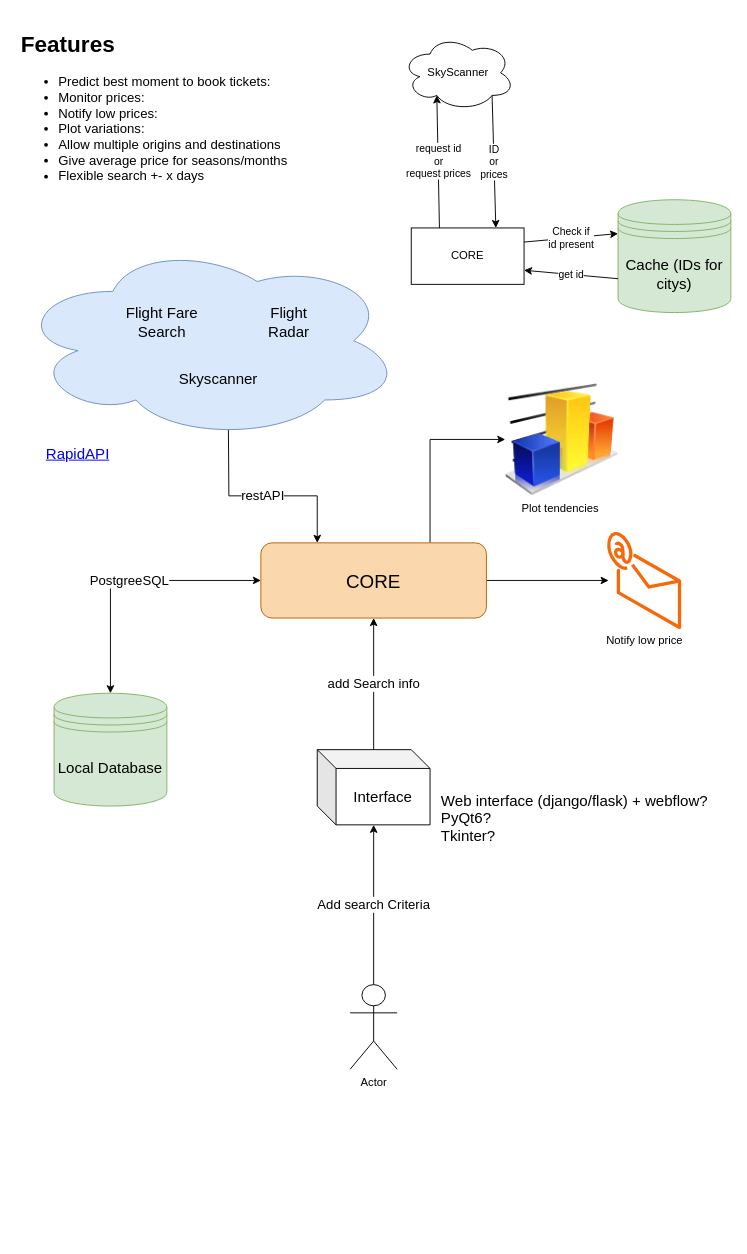
mSimon12/flying_cheap keeps this draw.io diagram as Architecture/Core.drawio. Above is the earlier version. Source tidied: cells renumbered, new cells numbered last; positions are measured from the earlier drawing's top-left corner, leaving out a move shared by most shapes. Both pictures are drawn from the tidied source at 94%, with x=0, y=0 at pixel (16, 25).
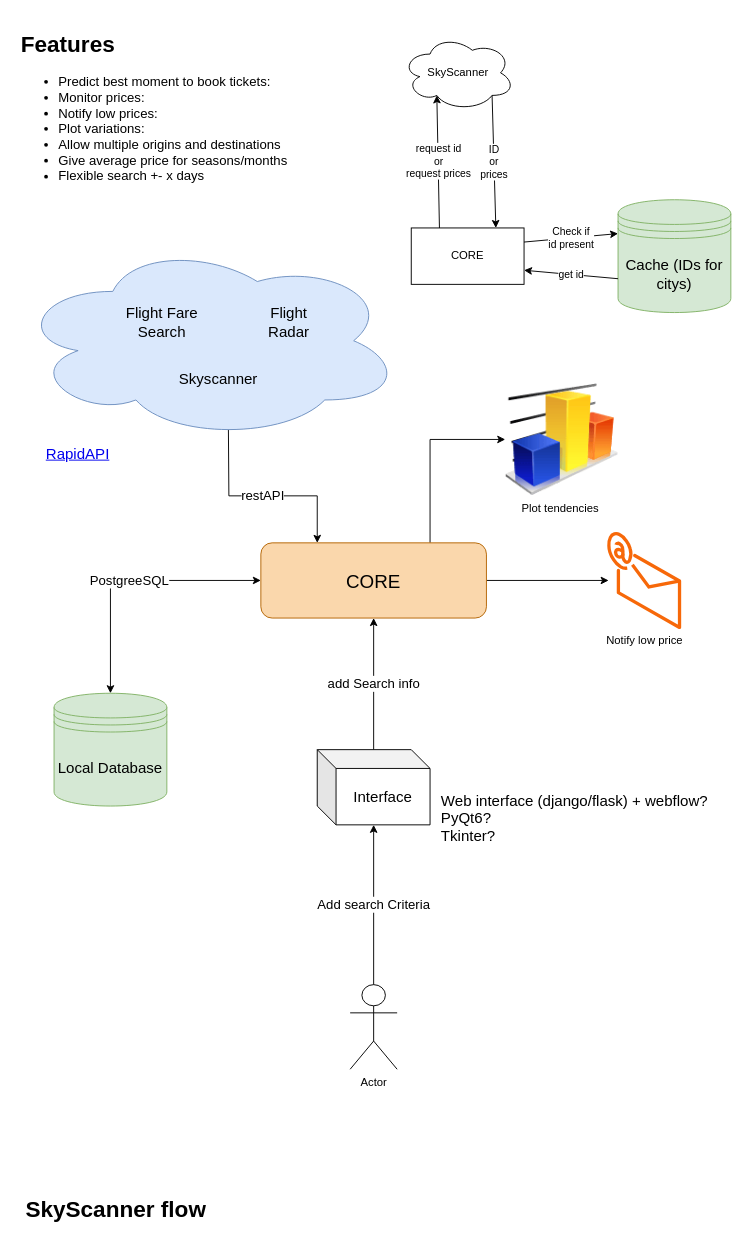
The same diagram, later.

Diff of the diagram source:
```diff
@@
+    <mxCell id="29" value="&lt;h1&gt;SkyScanner flow&lt;/h1&gt;&lt;p&gt;&lt;/p&gt;" style="text;html=1;spacing=5;spacingTop=-20;whiteSpace=wrap;overflow=hidden;rounded=0;" parent="1" vertex="1">
+      <mxGeometry x="5" y="1240" width="205" height="50" as="geometry" />
+    </mxCell>
```
